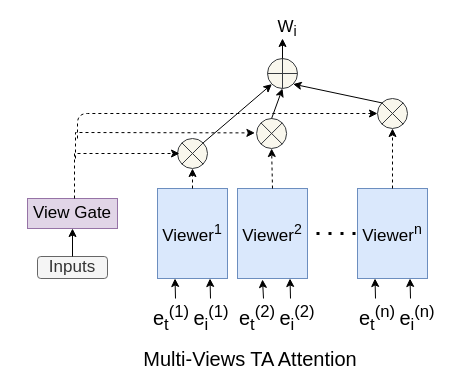
jlinleung/Cheatsheets keeps this draw.io diagram as page "multi-view attention" (2 of 11) of Untitled Diagram.drawio. Above is the earlier version. Source tidied: cells renumbered, new cells numbered last; positions are measured from the earlier drawing's top-left corner, leaving out a move shared by most shapes. Both pictures are drawn from the tidied source at 100%, with x=0, y=0 at pixel (27, 18).
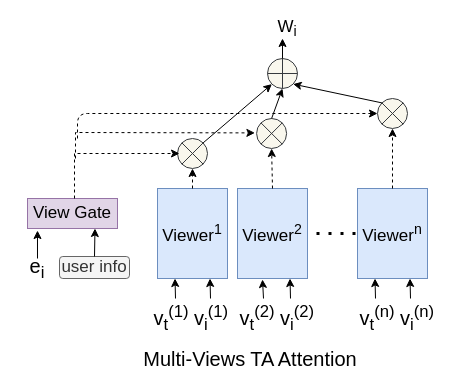
After the change.

The change refers to these unchanged cells:
```xml
<mxCell id="6" style="group;" parent="1" vertex="1">
  <mxGeometry x="124" y="260" width="80" height="52" as="geometry" />
</mxCell>
<mxCell id="19" value="View Gate" style="rounded=0;whiteSpace=wrap;html=1;strokeWidth=1;fillColor=#e1d5e7;fontSize=17;strokeColor=#9673a6;" parent="1" vertex="1">
  <mxGeometry y="180" width="90" height="30" as="geometry" />
</mxCell>
```

What changed in the source:
```diff
@@
-    <mxCell id="9" value="&lt;font style=&quot;font-size: 20px&quot;&gt;e&lt;sub&gt;t&lt;/sub&gt;&lt;sup&gt;(1)&lt;/sup&gt;&lt;/font&gt;" style="text;html=1;strokeColor=none;fillColor=none;align=center;verticalAlign=middle;whiteSpace=wrap;rounded=0;fontSize=17;" parent="6" vertex="1">
+    <mxCell id="9" value="&lt;font style=&quot;font-size: 20px&quot;&gt;v&lt;sub&gt;t&lt;/sub&gt;&lt;sup&gt;(1)&lt;/sup&gt;&lt;/font&gt;" style="text;html=1;strokeColor=none;fillColor=none;align=center;verticalAlign=middle;whiteSpace=wrap;rounded=0;fontSize=17;" parent="6" vertex="1">
       <mxGeometry y="32" width="40" height="16" as="geometry" />
     </mxCell>
-    <mxCell id="10" value="&lt;font style=&quot;font-size: 20px&quot;&gt;e&lt;sub&gt;i&lt;/sub&gt;&lt;sup&gt;(1)&lt;/sup&gt;&lt;/font&gt;" style="text;html=1;strokeColor=none;fillColor=none;align=center;verticalAlign=middle;whiteSpace=wrap;rounded=0;fontSize=17;" parent="6" vertex="1">
+    <mxCell id="10" value="&lt;font style=&quot;font-size: 20px&quot;&gt;v&lt;sub&gt;i&lt;/sub&gt;&lt;sup&gt;(1)&lt;/sup&gt;&lt;/font&gt;" style="text;html=1;strokeColor=none;fillColor=none;align=center;verticalAlign=middle;whiteSpace=wrap;rounded=0;fontSize=17;" parent="6" vertex="1">
       <mxGeometry x="40" y="32" width="40" height="16" as="geometry" />
     </mxCell>
-    <mxCell id="11" value="&lt;font style=&quot;font-size: 20px&quot;&gt;e&lt;sub&gt;t&lt;/sub&gt;&lt;sup&gt;(2)&lt;/sup&gt;&lt;/font&gt;" style="text;html=1;strokeColor=none;fillColor=none;align=center;verticalAlign=middle;whiteSpace=wrap;rounded=0;fontSize=17;" parent="1" vertex="1">
+    <mxCell id="11" value="&lt;font style=&quot;font-size: 20px&quot;&gt;v&lt;sub&gt;t&lt;/sub&gt;&lt;sup&gt;(2)&lt;/sup&gt;&lt;/font&gt;" style="text;html=1;strokeColor=none;fillColor=none;align=center;verticalAlign=middle;whiteSpace=wrap;rounded=0;fontSize=17;" parent="1" vertex="1">
       <mxGeometry x="210" y="292" width="40" height="16" as="geometry" />
     </mxCell>
-    <mxCell id="12" value="&lt;font style=&quot;font-size: 20px&quot;&gt;e&lt;sub&gt;i&lt;/sub&gt;&lt;sup&gt;(2)&lt;/sup&gt;&lt;/font&gt;" style="text;html=1;strokeColor=none;fillColor=none;align=center;verticalAlign=middle;whiteSpace=wrap;rounded=0;fontSize=17;" parent="1" vertex="1">
+    <mxCell id="12" value="&lt;font style=&quot;font-size: 20px&quot;&gt;v&lt;sub&gt;i&lt;/sub&gt;&lt;sup&gt;(2)&lt;/sup&gt;&lt;/font&gt;" style="text;html=1;strokeColor=none;fillColor=none;align=center;verticalAlign=middle;whiteSpace=wrap;rounded=0;fontSize=17;" parent="1" vertex="1">
       <mxGeometry x="250" y="292" width="40" height="16" as="geometry" />
     </mxCell>
@@
-    <mxCell id="15" value="&lt;font style=&quot;font-size: 20px&quot;&gt;e&lt;sub&gt;t&lt;/sub&gt;&lt;sup&gt;(n)&lt;/sup&gt;&lt;/font&gt;" style="text;html=1;strokeColor=none;fillColor=none;align=center;verticalAlign=middle;whiteSpace=wrap;rounded=0;fontSize=17;" parent="1" vertex="1">
+    <mxCell id="15" value="&lt;font style=&quot;font-size: 20px&quot;&gt;v&lt;sub&gt;t&lt;/sub&gt;&lt;sup&gt;(n)&lt;/sup&gt;&lt;/font&gt;" style="text;html=1;strokeColor=none;fillColor=none;align=center;verticalAlign=middle;whiteSpace=wrap;rounded=0;fontSize=17;" parent="1" vertex="1">
       <mxGeometry x="330" y="292" width="40" height="16" as="geometry" />
     </mxCell>
-    <mxCell id="16" value="&lt;font style=&quot;font-size: 20px&quot;&gt;e&lt;sub&gt;i&lt;/sub&gt;&lt;sup&gt;(n)&lt;/sup&gt;&lt;/font&gt;" style="text;html=1;strokeColor=none;fillColor=none;align=center;verticalAlign=middle;whiteSpace=wrap;rounded=0;fontSize=17;" parent="1" vertex="1">
+    <mxCell id="16" value="&lt;font style=&quot;font-size: 20px&quot;&gt;v&lt;sub&gt;i&lt;/sub&gt;&lt;sup&gt;(n)&lt;/sup&gt;&lt;/font&gt;" style="text;html=1;strokeColor=none;fillColor=none;align=center;verticalAlign=middle;whiteSpace=wrap;rounded=0;fontSize=17;" parent="1" vertex="1">
       <mxGeometry x="370" y="292" width="40" height="16" as="geometry" />
     </mxCell>
@@
-    <mxCell id="33" value="Inputs" style="rounded=1;whiteSpace=wrap;html=1;strokeWidth=1;fillColor=#f5f5f5;fontSize=17;strokeColor=#666666;fontColor=#333333;" parent="1" vertex="1">
-      <mxGeometry x="10" y="238" width="70" height="22" as="geometry" />
+    <mxCell id="33" value="user info" style="rounded=1;whiteSpace=wrap;html=1;strokeWidth=1;fillColor=#f5f5f5;fontSize=17;strokeColor=#666666;fontColor=#333333;" parent="1" vertex="1">
+      <mxGeometry x="32" y="238" width="70" height="22" as="geometry" />
     </mxCell>
-    <mxCell id="34" style="endArrow=classic;html=1;strokeWidth=1;fontSize=17;entryX=0.5;entryY=1;entryDx=0;entryDy=0;exitX=0.5;exitY=0;exitDx=0;exitDy=0;" parent="1" edge="1" source="33" target="19">
+    <mxCell id="34" style="endArrow=classic;html=1;strokeWidth=1;fontSize=17;entryX=0.75;entryY=1;entryDx=0;entryDy=0;exitX=0.5;exitY=0;exitDx=0;exitDy=0;" parent="1" edge="1" source="33" target="19">
       <mxGeometry relative="1" as="geometry" />
     </mxCell>
@@
+    <mxCell id="38" value="&lt;font style=&quot;font-size: 20px&quot;&gt;e&lt;sub&gt;i&lt;/sub&gt;&lt;/font&gt;" style="text;html=1;strokeColor=none;fillColor=none;align=center;verticalAlign=middle;whiteSpace=wrap;rounded=0;sketch=0;" parent="1" vertex="1">
+      <mxGeometry x="-10" y="240" width="40" height="20" as="geometry" />
+    </mxCell>
+    <mxCell id="39" style="endArrow=classic;html=1;entryX=0.111;entryY=1.067;entryDx=0;entryDy=0;entryPerimeter=0;exitX=0.5;exitY=0;exitDx=0;exitDy=0;" parent="1" edge="1" source="38" target="19">
+      <mxGeometry relative="1" as="geometry" />
+    </mxCell>
```
